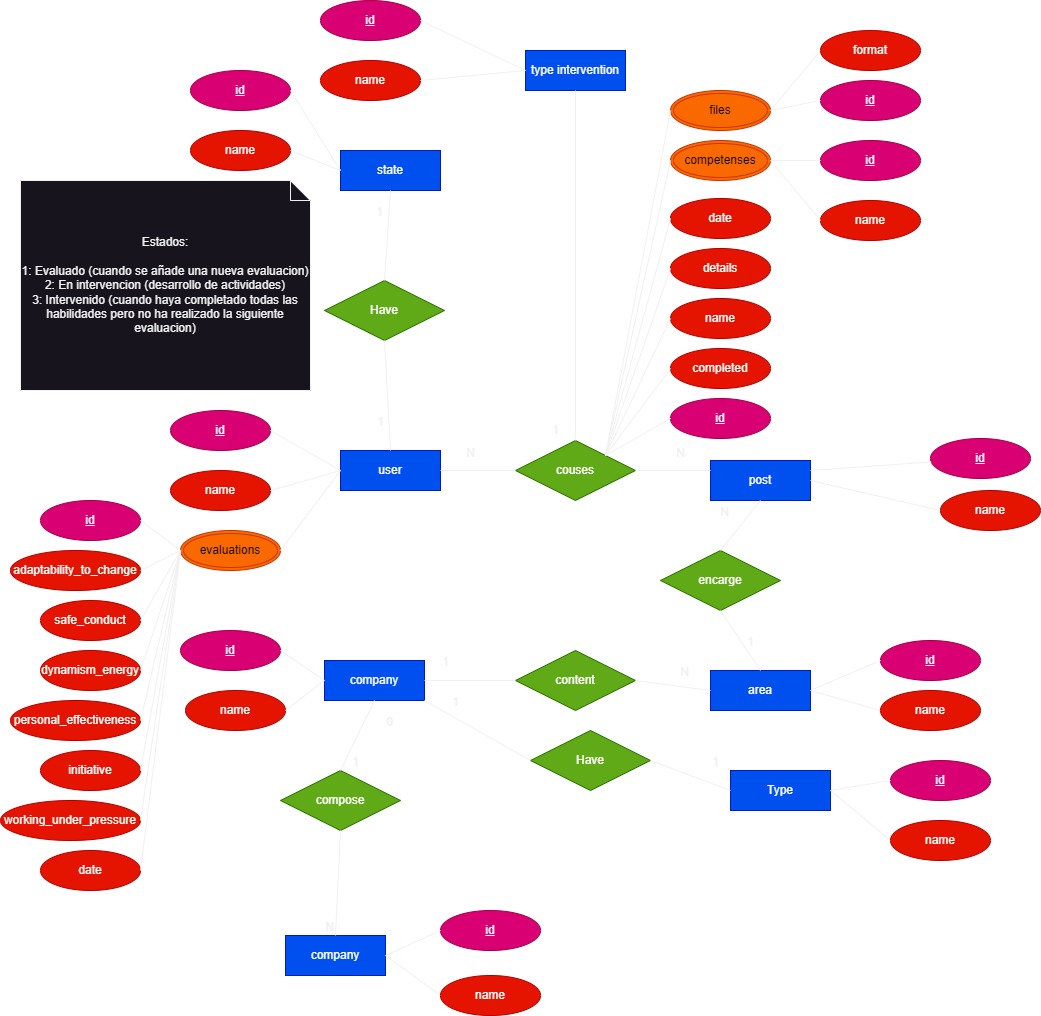
LosTraicionados/LosTraicionados-Backend keeps this draw.io diagram as theory/image DB.png. Above is the earlier version. Source tidied: cells renumbered, new cells last; positions are measured from the earlier drawing's top-left corner, leaving out a move shared by most shapes.
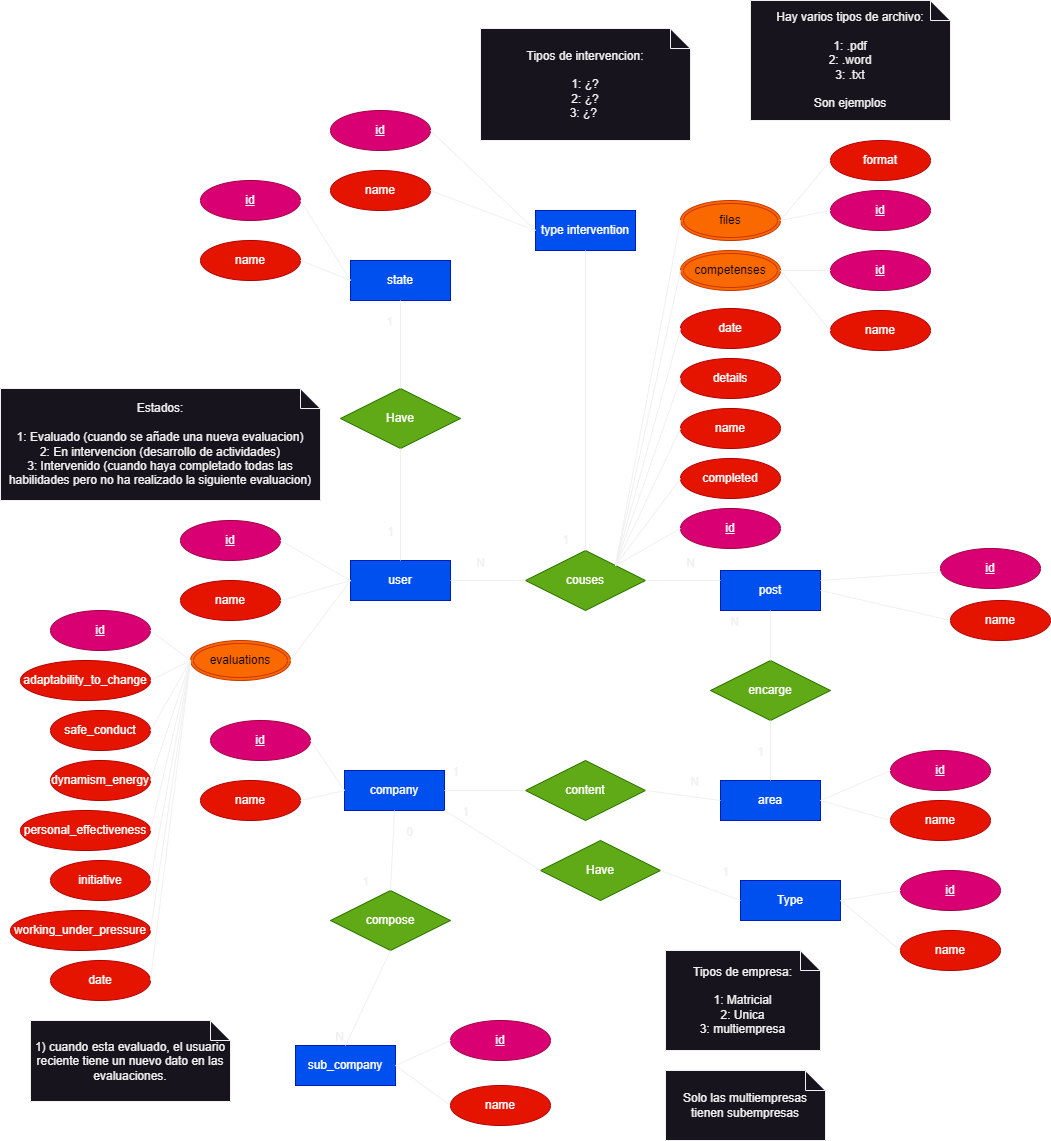
After the commit.

Commit message:
fix: added text on DB's ERModel

Change to the diagram source:
```diff
@@ -18,10 +18,10 @@
       <mxGeometry relative="1" as="geometry" />
     </mxCell>
     <mxCell id="7" value="company" style="whiteSpace=wrap;html=1;align=center;fillColor=#0050ef;fontColor=#ffffff;strokeColor=#001DBC;" parent="1" vertex="1">
-      <mxGeometry x="324" y="660" width="100" height="40" as="geometry" />
+      <mxGeometry x="334" y="660" width="100" height="40" as="geometry" />
     </mxCell>
     <mxCell id="8" value="id" style="ellipse;whiteSpace=wrap;html=1;align=center;fontStyle=4;fillColor=#d80073;fontColor=#ffffff;strokeColor=#A50040;" parent="1" vertex="1">
-      <mxGeometry x="180" y="630" width="100" height="40" as="geometry" />
+      <mxGeometry x="200" y="610" width="100" height="40" as="geometry" />
     </mxCell>
     <mxCell id="9" style="endArrow=none;html=1;rounded=0;entryX=0;entryY=0.5;entryDx=0;entryDy=0;exitX=1;exitY=0.5;exitDx=0;exitDy=0;" parent="1" edge="1" source="8" target="7">
       <mxGeometry relative="1" as="geometry" />
@@ -50,7 +50,7 @@
     <mxCell id="17" style="endArrow=none;html=1;rounded=0;entryX=1;entryY=0.5;entryDx=0;entryDy=0;exitX=0;exitY=0.5;exitDx=0;exitDy=0;" parent="1" edge="1" source="48" target="14">
       <mxGeometry relative="1" as="geometry" />
     </mxCell>
-    <mxCell id="18" value="company" style="whiteSpace=wrap;html=1;align=center;fillColor=#0050ef;fontColor=#ffffff;strokeColor=#001DBC;" parent="1" vertex="1">
+    <mxCell id="18" value="sub_company" style="whiteSpace=wrap;html=1;align=center;fillColor=#0050ef;fontColor=#ffffff;strokeColor=#001DBC;" parent="1" vertex="1">
       <mxGeometry x="285" y="935" width="100" height="40" as="geometry" />
     </mxCell>
     <mxCell id="19" value="id" style="ellipse;whiteSpace=wrap;html=1;align=center;fontStyle=4;fillColor=#d80073;fontColor=#ffffff;strokeColor=#A50040;" parent="1" vertex="1">
@@ -123,7 +123,7 @@
       <mxGeometry relative="1" as="geometry" />
     </mxCell>
     <mxCell id="42" value="compose" style="shape=rhombus;perimeter=rhombusPerimeter;whiteSpace=wrap;html=1;align=center;fillColor=#60a917;fontColor=#ffffff;strokeColor=#2D7600;" parent="1" vertex="1">
-      <mxGeometry x="280" y="770" width="120" height="60" as="geometry" />
+      <mxGeometry x="320" y="780" width="120" height="60" as="geometry" />
     </mxCell>
     <mxCell id="43" style="endArrow=none;html=1;rounded=0;exitX=0.5;exitY=0;exitDx=0;exitDy=0;entryX=0.5;entryY=1;entryDx=0;entryDy=0;" parent="1" edge="1" source="42" target="7">
       <mxGeometry relative="1" as="geometry" />
@@ -146,10 +146,10 @@
       <mxGeometry x="940" y="490" width="100" height="40" as="geometry" />
     </mxCell>
     <mxCell id="49" value="1" style="html=1;whiteSpace=wrap;align=right;verticalAlign=bottom;" parent="1" vertex="1">
-      <mxGeometry x="360" y="770" as="geometry" />
+      <mxGeometry x="360" y="780" as="geometry" />
     </mxCell>
     <mxCell id="50" value="name" style="ellipse;whiteSpace=wrap;html=1;align=center;fillColor=#e51400;fontColor=#ffffff;strokeColor=#B20000;" parent="1" vertex="1">
-      <mxGeometry x="185" y="690" width="100" height="40" as="geometry" />
+      <mxGeometry x="190" y="670" width="100" height="40" as="geometry" />
     </mxCell>
     <mxCell id="51" style="endArrow=none;html=1;rounded=0;entryX=0;entryY=0.5;entryDx=0;entryDy=0;exitX=1;exitY=0.5;exitDx=0;exitDy=0;" parent="1" edge="1" source="50" target="7">
       <mxGeometry relative="1" as="geometry" />
@@ -161,7 +161,7 @@
       <mxGeometry relative="1" as="geometry" />
     </mxCell>
     <mxCell id="54" value="encarge" style="shape=rhombus;perimeter=rhombusPerimeter;whiteSpace=wrap;html=1;align=center;fillColor=#60a917;fontColor=#ffffff;strokeColor=#2D7600;" parent="1" vertex="1">
-      <mxGeometry x="660" y="550" width="120" height="60" as="geometry" />
+      <mxGeometry x="700" y="550" width="120" height="60" as="geometry" />
     </mxCell>
     <mxCell id="55" style="endArrow=none;html=1;rounded=0;exitX=0.5;exitY=0;exitDx=0;exitDy=0;entryX=0.5;entryY=1;entryDx=0;entryDy=0;" parent="1" edge="1" source="54" target="14">
       <mxGeometry relative="1" as="geometry" />
@@ -221,13 +221,13 @@
       <mxGeometry x="890" y="820" width="100" height="40" as="geometry" />
     </mxCell>
     <mxCell id="74" value="Estados:&lt;div&gt;&lt;br&gt;&lt;/div&gt;&lt;div&gt;1: Evaluado (cuando se añade una nueva evaluacion)&lt;/div&gt;&lt;div&gt;2: En intervencion (desarrollo de actividades)&lt;/div&gt;&lt;div&gt;3: Intervenido (cuando haya completado todas las habilidades pero no ha realizado la siguiente evaluacion)&lt;/div&gt;" style="shape=note;size=20;whiteSpace=wrap;html=1;" parent="1" vertex="1">
-      <mxGeometry x="20" y="180" width="290" height="210" as="geometry" />
+      <mxGeometry x="-10" y="278" width="320" height="112" as="geometry" />
     </mxCell>
     <mxCell id="75" value="state" style="whiteSpace=wrap;html=1;align=center;fillColor=#0050ef;fontColor=#ffffff;strokeColor=#001DBC;" parent="1" vertex="1">
       <mxGeometry x="340" y="150" width="100" height="40" as="geometry" />
     </mxCell>
     <mxCell id="76" value="Have" style="shape=rhombus;perimeter=rhombusPerimeter;whiteSpace=wrap;html=1;align=center;fillColor=#60a917;fontColor=#ffffff;strokeColor=#2D7600;" parent="1" vertex="1">
-      <mxGeometry x="324" y="280" width="120" height="60" as="geometry" />
+      <mxGeometry x="330" y="278" width="120" height="60" as="geometry" />
     </mxCell>
     <mxCell id="77" style="endArrow=none;html=1;rounded=0;entryX=0.5;entryY=0;entryDx=0;entryDy=0;exitX=0.5;exitY=1;exitDx=0;exitDy=0;" parent="1" edge="1" source="76" target="2">
       <mxGeometry relative="1" as="geometry" />
@@ -275,7 +275,7 @@
       <mxGeometry x="670" y="198" width="100" height="40" as="geometry" />
     </mxCell>
     <mxCell id="92" value="type intervention" style="whiteSpace=wrap;html=1;align=center;fillColor=#0050ef;fontColor=#ffffff;strokeColor=#001DBC;" parent="1" vertex="1">
-      <mxGeometry x="525" y="50" width="100" height="40" as="geometry" />
+      <mxGeometry x="525" y="100" width="100" height="40" as="geometry" />
     </mxCell>
     <mxCell id="93" style="endArrow=none;html=1;rounded=0;entryX=0.5;entryY=1;entryDx=0;entryDy=0;exitX=0.5;exitY=0;exitDx=0;exitDy=0;" parent="1" edge="1" source="40" target="92">
       <mxGeometry relative="1" as="geometry" />
@@ -346,5 +346,20 @@
     <mxCell id="115" style="endArrow=none;html=1;rounded=0;entryX=1;entryY=0.5;entryDx=0;entryDy=0;exitX=0;exitY=0.5;exitDx=0;exitDy=0;" parent="1" edge="1" source="114" target="99">
       <mxGeometry relative="1" as="geometry" />
     </mxCell>
+    <mxCell id="116" value="Tipos de empresa:&lt;div&gt;&lt;br&gt;&lt;/div&gt;&lt;div&gt;1: Matricial&lt;/div&gt;&lt;div&gt;2: Unica&lt;/div&gt;&lt;div&gt;3: multiempresa&lt;/div&gt;" style="shape=note;size=20;whiteSpace=wrap;html=1;" parent="1" vertex="1">
+      <mxGeometry x="655" y="840" width="155" height="100" as="geometry" />
+    </mxCell>
+    <mxCell id="117" value="Tipos de intervencion:&lt;div&gt;&lt;br&gt;&lt;/div&gt;&lt;div&gt;1: ¿?&lt;/div&gt;&lt;div&gt;2: ¿?&lt;/div&gt;&lt;div&gt;3: ¿?&amp;nbsp;&lt;/div&gt;" style="shape=note;size=20;whiteSpace=wrap;html=1;" parent="1" vertex="1">
+      <mxGeometry x="470" y="-82" width="210" height="112" as="geometry" />
+    </mxCell>
+    <mxCell id="118" value="Hay varios tipos de archivo:&lt;div&gt;&lt;br&gt;&lt;/div&gt;&lt;div&gt;1: .pdf&lt;/div&gt;&lt;div&gt;2: .word&lt;/div&gt;&lt;div&gt;3: .txt&lt;/div&gt;&lt;div&gt;&lt;br&gt;&lt;/div&gt;&lt;div&gt;Son ejemplos&lt;/div&gt;" style="shape=note;size=20;whiteSpace=wrap;html=1;" parent="1" vertex="1">
+      <mxGeometry x="740" y="-110" width="200" height="120" as="geometry" />
+    </mxCell>
+    <mxCell id="119" value="1) cuando esta evaluado, el usuario reciente tiene un nuevo dato en las evaluaciones." style="shape=note;size=20;whiteSpace=wrap;html=1;" parent="1" vertex="1">
+      <mxGeometry x="20" y="910" width="200" height="81" as="geometry" />
+    </mxCell>
+    <mxCell id="120" value="Solo las multiempresas tienen subempresas" style="shape=note;size=20;whiteSpace=wrap;html=1;" parent="1" vertex="1">
+      <mxGeometry x="655" y="960" width="160" height="70" as="geometry" />
+    </mxCell>
   </root>
 </mxGraphModel>
```
